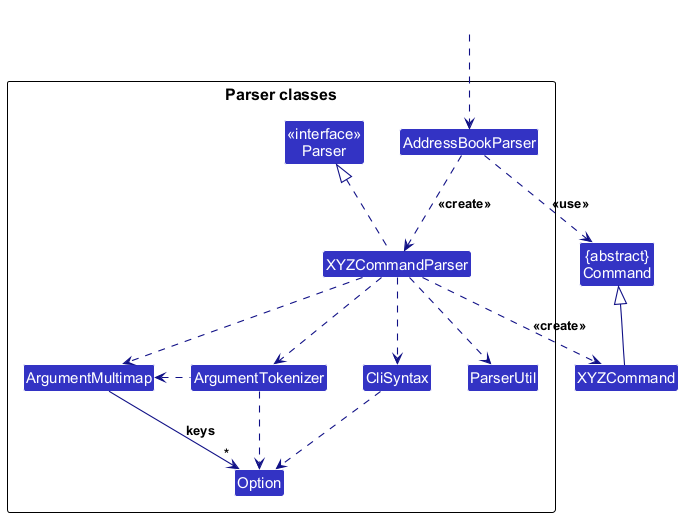
Before: docs/images/ParserClasses.png, a diagram exported from PlantUML (AY2627S1-CS2103T-T14-3/tp).
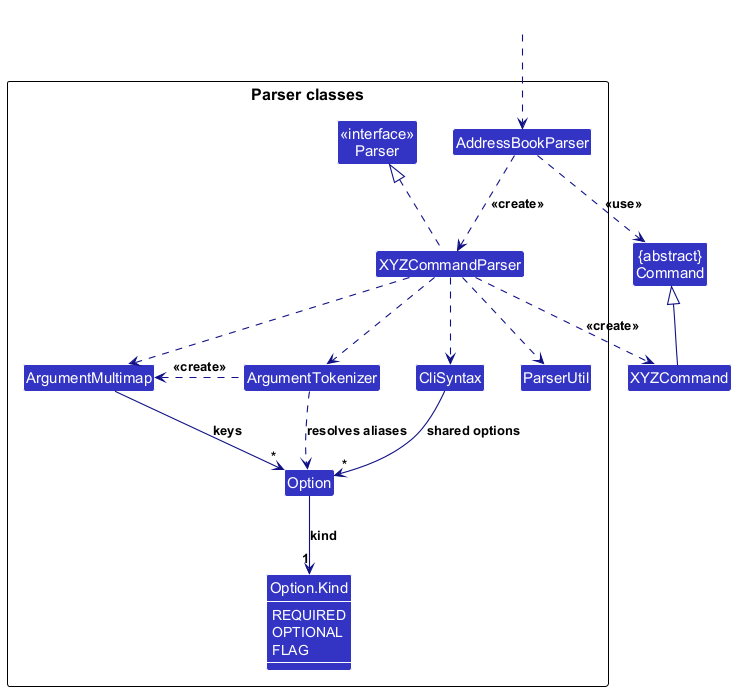
The same file after the commit.

Commit message:
Expand the parser diagram with option kinds

The parser diagram omits the option kinds described in the Developer
Guide and leaves the tokenizer relationships unexplained.

Show the required, optional, and flag kinds and how each option refers
to its kind. Clarify shared option definitions, alias resolution, and
argument-map creation. Regenerate the image with readable enum values.

Change to the diagram source:
```diff
@@ -3,6 +3,7 @@
 skinparam arrowThickness 1.1
 skinparam arrowColor LOGIC_COLOR_T4
 skinparam classBackgroundColor LOGIC_COLOR
+skinparam classAttributeFontColor #FFFFFF
 
 Class "{abstract}\nCommand" as Command
 Class XYZCommand
@@ -16,6 +17,12 @@
 Class ArgumentMultimap
 Class ArgumentTokenizer
 Class Option
+Enum "Option.Kind" as OptionKind {
+    REQUIRED
+    OPTIONAL
+    FLAG
+}
+show OptionKind members
 }
 
 Class HiddenOutside #FFFFFF
@@ -28,11 +35,12 @@
 XYZCommandParser .up.|> Parser
 XYZCommandParser ..> ArgumentMultimap
 XYZCommandParser ..> ArgumentTokenizer
-ArgumentTokenizer .left.> ArgumentMultimap
+ArgumentTokenizer .left.> ArgumentMultimap : <<create>>
 XYZCommandParser ..> CliSyntax
-CliSyntax ..> Option
+CliSyntax --> "*" Option : shared options
 XYZCommandParser ..> ParserUtil
 ArgumentMultimap --> "*" Option : keys
-ArgumentTokenizer .down.> Option
+ArgumentTokenizer .down.> Option : resolves aliases
+Option --> "1" OptionKind : kind
 XYZCommand -up-|> Command
 @enduml
```
